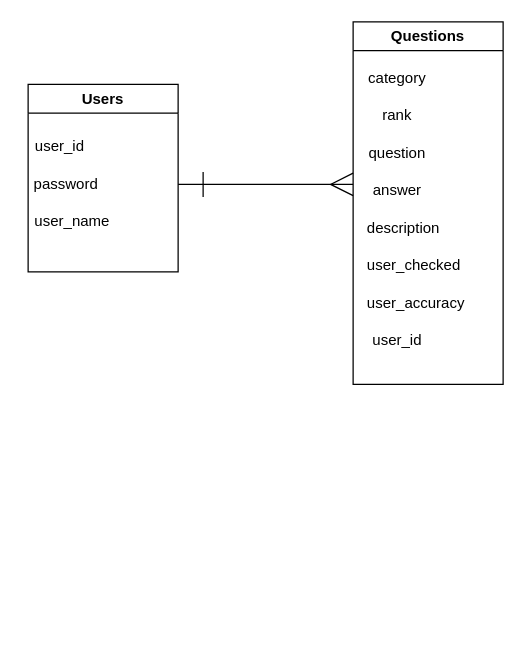
koki037/kihonjoho_apps keeps this draw.io diagram as ER.dio. Above is the earlier version. Source tidied: cells renumbered, new cells numbered last; positions are measured from the earlier drawing's top-left corner, leaving out a move shared by most shapes. Both pictures are drawn from the tidied source at 125%, with x=0, y=0 at pixel (21, 21).
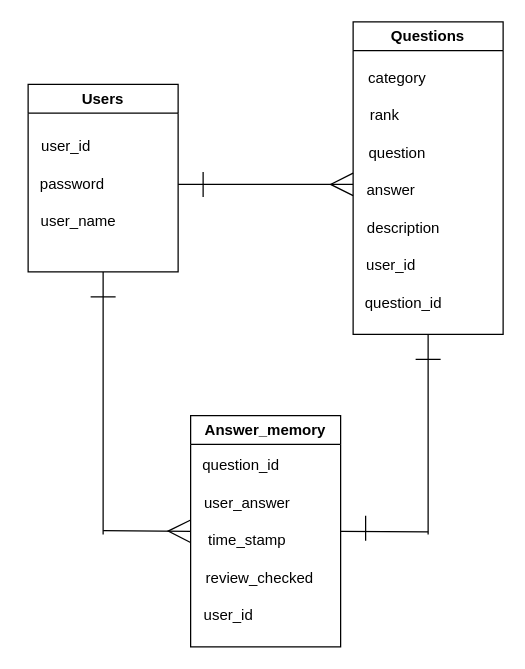
The same page after the edit.

Unchanged cells that the change refers to:
```xml
<mxCell id="11" value="Users" style="swimlane;whiteSpace=wrap;html=1;" parent="1" vertex="1">
  <mxGeometry x="5" y="50" width="120" height="150" as="geometry" />
</mxCell>
```

Diff of the diagram source:
```diff
@@
+    <mxCell id="17" style="edgeStyle=none;html=1;exitX=0.5;exitY=1;exitDx=0;exitDy=0;endArrow=none;endFill=0;" parent="1" edge="1" source="2">
+      <mxGeometry relative="1" as="geometry">
+        <mxPoint x="325" y="410" as="targetPoint" />
+      </mxGeometry>
+    </mxCell>
     <mxCell id="2" value="Questions" style="swimlane;whiteSpace=wrap;html=1;" parent="1" vertex="1">
-      <mxGeometry x="265" width="120" height="290" as="geometry" />
+      <mxGeometry x="265" width="120" height="250" as="geometry" />
     </mxCell>
@@
     <mxCell id="4" value="rank" style="text;html=1;align=center;verticalAlign=middle;strokeColor=none;fillColor=none;" parent="2" vertex="1">
-      <mxGeometry x="10" y="60" width="50" height="30" as="geometry" />
+      <mxGeometry y="60" width="50" height="30" as="geometry" />
     </mxCell>
@@
     <mxCell id="6" value="answer" style="text;html=1;align=center;verticalAlign=middle;strokeColor=none;fillColor=none;" parent="2" vertex="1">
-      <mxGeometry x="5" y="120" width="60" height="30" as="geometry" />
+      <mxGeometry y="120" width="60" height="30" as="geometry" />
     </mxCell>
@@
-    <mxCell id="8" value="user_checked&amp;nbsp;" style="text;html=1;align=center;verticalAlign=middle;strokeColor=none;fillColor=none;" parent="2" vertex="1">
-      <mxGeometry y="180" width="100" height="30" as="geometry" />
-    </mxCell>
-    <mxCell id="9" value="user_accuracy" style="text;html=1;align=center;verticalAlign=middle;strokeColor=none;fillColor=none;" parent="2" vertex="1">
-      <mxGeometry y="210" width="100" height="30" as="geometry" />
-    </mxCell>
     <mxCell id="10" value="user_id" style="text;html=1;align=center;verticalAlign=middle;strokeColor=none;fillColor=none;" parent="2" vertex="1">
-      <mxGeometry x="5" y="240" width="60" height="30" as="geometry" />
+      <mxGeometry y="180" width="60" height="30" as="geometry" />
     </mxCell>
+    <mxCell id="18" value="question_id" style="text;html=1;align=center;verticalAlign=middle;strokeColor=none;fillColor=none;" parent="2" vertex="1">
+      <mxGeometry y="210" width="80" height="30" as="geometry" />
+    </mxCell>
+    <mxCell id="19" style="edgeStyle=none;html=1;exitX=0.5;exitY=1;exitDx=0;exitDy=0;endArrow=none;endFill=0;" parent="1" edge="1" source="11">
+      <mxGeometry relative="1" as="geometry">
+        <mxPoint x="65" y="410" as="targetPoint" />
+      </mxGeometry>
+    </mxCell>
@@
     <mxCell id="12" value="user_id" style="text;html=1;align=center;verticalAlign=middle;strokeColor=none;fillColor=none;" parent="11" vertex="1">
-      <mxGeometry x="-5" y="35" width="60" height="30" as="geometry" />
+      <mxGeometry y="35" width="60" height="30" as="geometry" />
     </mxCell>
     <mxCell id="13" value="password" style="text;html=1;align=center;verticalAlign=middle;strokeColor=none;fillColor=none;" parent="11" vertex="1">
-      <mxGeometry x="-5" y="65" width="70" height="30" as="geometry" />
+      <mxGeometry y="65" width="70" height="30" as="geometry" />
     </mxCell>
     <mxCell id="14" value="user_name" style="text;html=1;align=center;verticalAlign=middle;strokeColor=none;fillColor=none;" parent="11" vertex="1">
-      <mxGeometry x="-5" y="95" width="80" height="30" as="geometry" />
+      <mxGeometry y="95" width="80" height="30" as="geometry" />
     </mxCell>
@@
+    <mxCell id="20" style="edgeStyle=none;html=1;exitX=1;exitY=0.5;exitDx=0;exitDy=0;endArrow=none;endFill=0;" parent="1" edge="1" source="21">
+      <mxGeometry relative="1" as="geometry">
+        <mxPoint x="325" y="408" as="targetPoint" />
+      </mxGeometry>
+    </mxCell>
+    <mxCell id="21" value="Answer_memory" style="swimlane;whiteSpace=wrap;html=1;" parent="1" vertex="1">
+      <mxGeometry x="135" y="315" width="120" height="185" as="geometry" />
+    </mxCell>
+    <mxCell id="22" value="question_id" style="text;html=1;align=center;verticalAlign=middle;strokeColor=none;fillColor=none;" parent="21" vertex="1">
+      <mxGeometry y="25" width="80" height="30" as="geometry" />
+    </mxCell>
+    <mxCell id="23" value="time_stamp" style="text;html=1;align=center;verticalAlign=middle;strokeColor=none;fillColor=none;" parent="21" vertex="1">
+      <mxGeometry y="85" width="90" height="30" as="geometry" />
+    </mxCell>
+    <mxCell id="24" value="user_answer" style="text;html=1;align=center;verticalAlign=middle;strokeColor=none;fillColor=none;" parent="21" vertex="1">
+      <mxGeometry y="55" width="90" height="30" as="geometry" />
+    </mxCell>
+    <mxCell id="25" value="review_checked" style="text;html=1;align=center;verticalAlign=middle;strokeColor=none;fillColor=none;" parent="21" vertex="1">
+      <mxGeometry y="115" width="110" height="30" as="geometry" />
+    </mxCell>
+    <mxCell id="26" value="user_id" style="text;html=1;align=center;verticalAlign=middle;strokeColor=none;fillColor=none;" parent="21" vertex="1">
+      <mxGeometry y="145" width="60" height="30" as="geometry" />
+    </mxCell>
+    <mxCell id="27" style="edgeStyle=none;html=1;exitX=1;exitY=0.5;exitDx=0;exitDy=0;endArrow=ERmany;endFill=0;endSize=16;" parent="1" edge="1">
+      <mxGeometry relative="1" as="geometry">
+        <mxPoint x="65" y="407" as="sourcePoint" />
+        <mxPoint x="135" y="407.5" as="targetPoint" />
+      </mxGeometry>
+    </mxCell>
+    <mxCell id="28" style="endArrow=none;html=1;endSize=16;" parent="1" edge="1">
+      <mxGeometry relative="1" as="geometry">
+        <mxPoint x="55" y="220" as="sourcePoint" />
+        <mxPoint x="75" y="220" as="targetPoint" />
+      </mxGeometry>
+    </mxCell>
+    <mxCell id="29" style="endArrow=none;html=1;endSize=16;" parent="1" edge="1">
+      <mxGeometry relative="1" as="geometry">
+        <mxPoint x="275" y="415" as="sourcePoint" />
+        <mxPoint x="275" y="395" as="targetPoint" />
+      </mxGeometry>
+    </mxCell>
+    <mxCell id="30" style="endArrow=none;html=1;endSize=16;" parent="1" edge="1">
+      <mxGeometry relative="1" as="geometry">
+        <mxPoint x="315" y="270" as="sourcePoint" />
+        <mxPoint x="335" y="270" as="targetPoint" />
+      </mxGeometry>
+    </mxCell>
```
